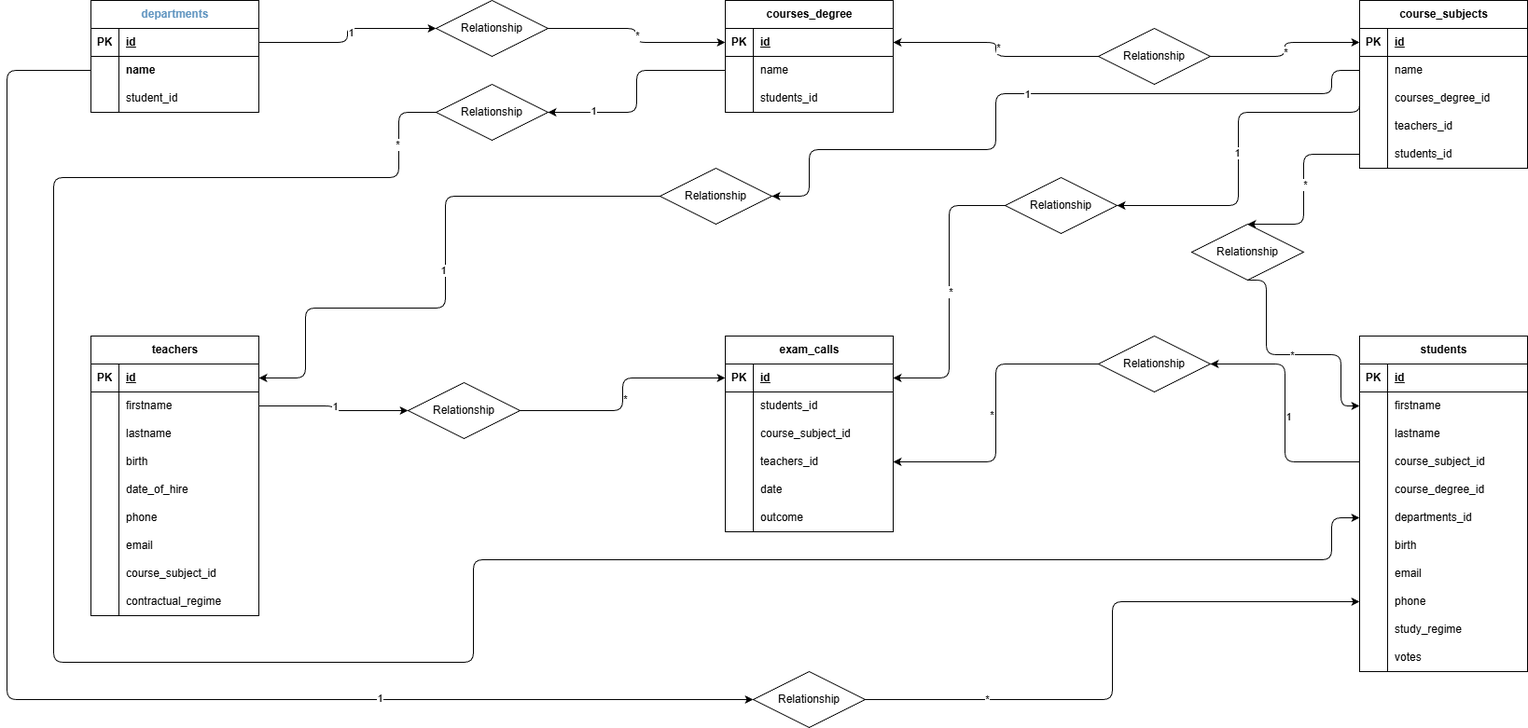
Earlier version of the draw.io export schema.png (SimoneZoroddu/db-university). Source tidied: cells renumbered, new cells last; positions are measured from the earlier drawing's top-left corner, leaving out a move shared by most shapes.
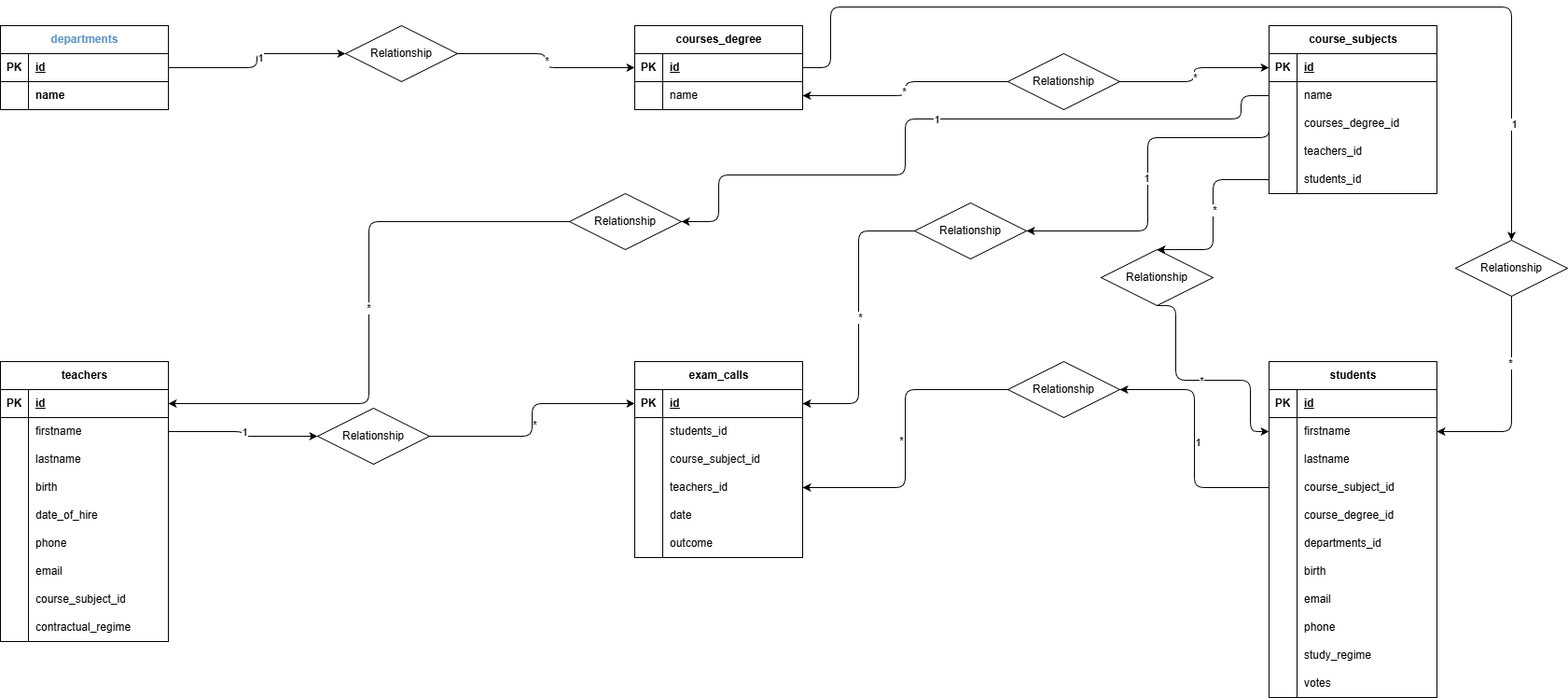
Above is the later version.

The edit, as a diff of the source:
```diff
@@ -3,7 +3,7 @@
     <mxCell id="0" />
     <mxCell id="1" parent="0" />
     <mxCell id="2" value="&lt;font color=&quot;#6195c0&quot;&gt;departments&lt;/font&gt;" style="shape=table;startSize=30;rowLines=0;fontStyle=1;align=center;html=1;" parent="1" vertex="1">
-      <mxGeometry x="90" width="180" height="120" as="geometry" />
+      <mxGeometry x="90" width="180" height="90" as="geometry" />
     </mxCell>
     <mxCell id="3" style="shape=tableRow;horizontal=0;startSize=0;swimlaneHead=0;swimlaneBody=0;fillColor=none;points=[[0,0.5],[1,0.5]];portConstraint=eastwest;top=0;left=0;right=0;bottom=1;" parent="2" vertex="1">
       <mxGeometry y="30" width="180" height="30" as="geometry" />
@@ -23,17 +23,8 @@
     <mxCell id="8" value="&lt;b&gt;name&lt;/b&gt;" style="shape=partialRectangle;fillColor=none;top=0;left=0;bottom=0;right=0;align=left;spacingLeft=6;overflow=hidden;whiteSpace=wrap;html=1;" parent="6" vertex="1">
       <mxGeometry x="30" width="150" height="30" as="geometry" />
     </mxCell>
-    <mxCell id="9" style="shape=tableRow;horizontal=0;startSize=0;swimlaneHead=0;swimlaneBody=0;fillColor=none;top=0;left=0;right=0;bottom=0;" parent="2" vertex="1">
-      <mxGeometry y="90" width="180" height="30" as="geometry" />
-    </mxCell>
-    <mxCell id="10" style="shape=partialRectangle;fillColor=none;top=0;left=0;bottom=0;right=0;overflow=hidden;whiteSpace=wrap;html=1;" parent="9" vertex="1">
-      <mxGeometry width="30" height="30" as="geometry" />
-    </mxCell>
-    <mxCell id="11" value="student_id" style="shape=partialRectangle;fillColor=none;top=0;left=0;bottom=0;right=0;align=left;spacingLeft=6;overflow=hidden;whiteSpace=wrap;html=1;" parent="9" vertex="1">
-      <mxGeometry x="30" width="150" height="30" as="geometry" />
-    </mxCell>
     <mxCell id="12" value="courses_degree" style="shape=table;startSize=30;rowLines=0;fontStyle=1;align=center;html=1;" parent="1" vertex="1">
-      <mxGeometry x="770" width="180" height="120" as="geometry" />
+      <mxGeometry x="770" width="180" height="90" as="geometry" />
     </mxCell>
     <mxCell id="13" style="shape=tableRow;horizontal=0;startSize=0;swimlaneHead=0;swimlaneBody=0;fillColor=none;points=[[0,0.5],[1,0.5]];portConstraint=eastwest;top=0;left=0;right=0;bottom=1;" parent="12" vertex="1">
       <mxGeometry y="30" width="180" height="30" as="geometry" />
@@ -53,15 +44,6 @@
     <mxCell id="18" value="name" style="shape=partialRectangle;fillColor=none;top=0;left=0;bottom=0;right=0;align=left;spacingLeft=6;overflow=hidden;whiteSpace=wrap;html=1;" parent="16" vertex="1">
       <mxGeometry x="30" width="150" height="30" as="geometry" />
     </mxCell>
-    <mxCell id="19" style="shape=tableRow;horizontal=0;startSize=0;swimlaneHead=0;swimlaneBody=0;fillColor=none;top=0;left=0;right=0;bottom=0;" parent="12" vertex="1">
-      <mxGeometry y="90" width="180" height="30" as="geometry" />
-    </mxCell>
-    <mxCell id="20" style="shape=partialRectangle;fillColor=none;top=0;left=0;bottom=0;right=0;overflow=hidden;whiteSpace=wrap;html=1;" parent="19" vertex="1">
-      <mxGeometry width="30" height="30" as="geometry" />
-    </mxCell>
-    <mxCell id="21" value="students_id" style="shape=partialRectangle;fillColor=none;top=0;left=0;bottom=0;right=0;align=left;spacingLeft=6;overflow=hidden;whiteSpace=wrap;html=1;" parent="19" vertex="1">
-      <mxGeometry x="30" width="150" height="30" as="geometry" />
-    </mxCell>
     <mxCell id="22" value="course_subjects" style="shape=table;startSize=30;rowLines=0;fontStyle=1;align=center;html=1;" parent="1" vertex="1">
       <mxGeometry x="1450" width="180" height="180" as="geometry" />
     </mxCell>
@@ -368,7 +350,7 @@
     <mxCell id="123" value="*" style="edgeLabel;html=1;align=center;verticalAlign=middle;" parent="122" vertex="1">
       <mxGeometry x="-0.03" relative="1" as="geometry" />
     </mxCell>
-    <mxCell id="124" style="edgeStyle=orthogonalEdgeStyle;html=1;exitX=0;exitY=0.5;exitDx=0;exitDy=0;entryX=1;entryY=0.5;entryDx=0;entryDy=0;" parent="1" edge="1" source="126" target="13">
+    <mxCell id="124" style="edgeStyle=orthogonalEdgeStyle;html=1;exitX=0;exitY=0.5;exitDx=0;exitDy=0;entryX=1;entryY=0.5;entryDx=0;entryDy=0;" parent="1" edge="1" source="126" target="16">
       <mxGeometry relative="1" as="geometry" />
     </mxCell>
     <mxCell id="125" value="*" style="edgeLabel;html=1;align=center;verticalAlign=middle;" parent="124" vertex="1">
@@ -377,19 +359,12 @@
     <mxCell id="126" value="Relationship" style="shape=rhombus;perimeter=rhombusPerimeter;whiteSpace=wrap;html=1;align=center;" parent="1" vertex="1">
       <mxGeometry x="1170" y="30" width="120" height="60" as="geometry" />
     </mxCell>
-    <mxCell id="127" style="edgeStyle=orthogonalEdgeStyle;html=1;exitX=0;exitY=0.5;exitDx=0;exitDy=0;entryX=1;entryY=0.5;entryDx=0;entryDy=0;" parent="1" edge="1" source="129" target="39">
-      <mxGeometry relative="1" as="geometry">
-        <Array as="points">
-          <mxPoint x="470" y="210" />
-          <mxPoint x="470" y="330" />
-          <mxPoint x="320" y="330" />
-          <mxPoint x="320" y="405" />
-        </Array>
-      </mxGeometry>
-    </mxCell>
-    <mxCell id="128" value="1" style="edgeLabel;html=1;align=center;verticalAlign=middle;" parent="127" vertex="1">
-      <mxGeometry x="-0.01" y="-3" relative="1" as="geometry" />
-    </mxCell>
+    <mxCell id="161" style="edgeStyle=orthogonalEdgeStyle;html=1;exitX=0;exitY=0.5;exitDx=0;exitDy=0;entryX=1;entryY=0.5;entryDx=0;entryDy=0;" parent="1" edge="1" source="129" target="39">
+      <mxGeometry relative="1" as="geometry" />
+    </mxCell>
+    <mxCell id="164" value="*" style="edgeLabel;html=1;align=center;verticalAlign=middle;" parent="161" vertex="1">
+      <mxGeometry x="-0.02" y="-1" relative="1" as="geometry" />
+    </mxCell>
     <mxCell id="129" value="Relationship" style="shape=rhombus;perimeter=rhombusPerimeter;whiteSpace=wrap;html=1;align=center;" parent="1" vertex="1">
       <mxGeometry x="700" y="180" width="120" height="60" as="geometry" />
     </mxCell>
@@ -492,51 +467,26 @@
     <mxCell id="153" value="1" style="edgeLabel;html=1;align=center;verticalAlign=middle;" parent="152" vertex="1">
       <mxGeometry x="-0.03" y="1" relative="1" as="geometry" />
     </mxCell>
-    <mxCell id="154" style="edgeStyle=orthogonalEdgeStyle;html=1;exitX=0;exitY=0.5;exitDx=0;exitDy=0;entryX=0;entryY=0.5;entryDx=0;entryDy=0;" parent="1" edge="1" source="156" target="101">
-      <mxGeometry relative="1" as="geometry">
-        <Array as="points">
-          <mxPoint x="420" y="120" />
-          <mxPoint x="420" y="190" />
-          <mxPoint x="50" y="190" />
-          <mxPoint x="50" y="710" />
-          <mxPoint x="500" y="710" />
-          <mxPoint x="500" y="600" />
-          <mxPoint x="1420" y="600" />
-          <mxPoint x="1420" y="555" />
-        </Array>
-      </mxGeometry>
-    </mxCell>
-    <mxCell id="155" value="*" style="edgeLabel;html=1;align=center;verticalAlign=middle;" parent="154" vertex="1">
-      <mxGeometry x="-0.94" y="-2" relative="1" as="geometry" />
-    </mxCell>
-    <mxCell id="156" value="Relationship" style="shape=rhombus;perimeter=rhombusPerimeter;whiteSpace=wrap;html=1;align=center;" parent="1" vertex="1">
-      <mxGeometry x="460" y="90" width="120" height="60" as="geometry" />
-    </mxCell>
-    <mxCell id="157" style="edgeStyle=orthogonalEdgeStyle;html=1;exitX=1;exitY=0.5;exitDx=0;exitDy=0;entryX=0;entryY=0.5;entryDx=0;entryDy=0;" parent="1" edge="1" source="159" target="110">
-      <mxGeometry relative="1" as="geometry" />
-    </mxCell>
-    <mxCell id="158" value="*" style="edgeLabel;html=1;align=center;verticalAlign=middle;" parent="157" vertex="1">
-      <mxGeometry x="-0.59" y="1" relative="1" as="geometry" />
-    </mxCell>
-    <mxCell id="159" value="Relationship" style="shape=rhombus;perimeter=rhombusPerimeter;whiteSpace=wrap;html=1;align=center;" parent="1" vertex="1">
-      <mxGeometry x="800" y="720" width="120" height="60" as="geometry" />
-    </mxCell>
-    <mxCell id="160" style="edgeStyle=orthogonalEdgeStyle;html=1;exitX=0;exitY=0.5;exitDx=0;exitDy=0;entryX=1;entryY=0.5;entryDx=0;entryDy=0;" parent="1" edge="1" source="16" target="156">
-      <mxGeometry relative="1" as="geometry" />
-    </mxCell>
-    <mxCell id="161" value="1" style="edgeLabel;html=1;align=center;verticalAlign=middle;" parent="160" vertex="1">
-      <mxGeometry x="0.59" y="-2" relative="1" as="geometry" />
-    </mxCell>
-    <mxCell id="162" style="edgeStyle=orthogonalEdgeStyle;html=1;exitX=0;exitY=0.5;exitDx=0;exitDy=0;entryX=0;entryY=0.5;entryDx=0;entryDy=0;" parent="1" edge="1" source="6" target="159">
-      <mxGeometry relative="1" as="geometry">
-        <Array as="points">
-          <mxPoint y="75" />
-          <mxPoint y="750" />
-        </Array>
-      </mxGeometry>
-    </mxCell>
-    <mxCell id="163" value="1" style="edgeLabel;html=1;align=center;verticalAlign=middle;" parent="162" vertex="1">
-      <mxGeometry x="0.49" y="2" relative="1" as="geometry" />
-    </mxCell>
+    <mxCell id="165" style="edgeStyle=orthogonalEdgeStyle;html=1;exitX=0.5;exitY=1;exitDx=0;exitDy=0;entryX=1;entryY=0.5;entryDx=0;entryDy=0;" parent="1" edge="1" source="167" target="89">
+      <mxGeometry relative="1" as="geometry" />
+    </mxCell>
+    <mxCell id="166" value="*" style="edgeLabel;html=1;align=center;verticalAlign=middle;" parent="165" vertex="1">
+      <mxGeometry x="-0.37" y="-2" relative="1" as="geometry" />
+    </mxCell>
+    <mxCell id="167" value="Relationship" style="shape=rhombus;perimeter=rhombusPerimeter;whiteSpace=wrap;html=1;align=center;" parent="1" vertex="1">
+      <mxGeometry x="1650" y="230" width="120" height="60" as="geometry" />
+    </mxCell>
+    <mxCell id="168" style="edgeStyle=orthogonalEdgeStyle;html=1;exitX=1;exitY=0.5;exitDx=0;exitDy=0;entryX=0.5;entryY=0;entryDx=0;entryDy=0;" parent="1" edge="1" source="13" target="167">
+      <mxGeometry relative="1" as="geometry">
+        <Array as="points">
+          <mxPoint x="980" y="45" />
+          <mxPoint x="980" y="-20" />
+          <mxPoint x="1710" y="-20" />
+        </Array>
+      </mxGeometry>
+    </mxCell>
+    <mxCell id="169" value="1" style="edgeLabel;html=1;align=center;verticalAlign=middle;" parent="168" vertex="1">
+      <mxGeometry x="0.77" y="2" relative="1" as="geometry" />
+    </mxCell>
   </root>
 </mxGraphModel>
```
